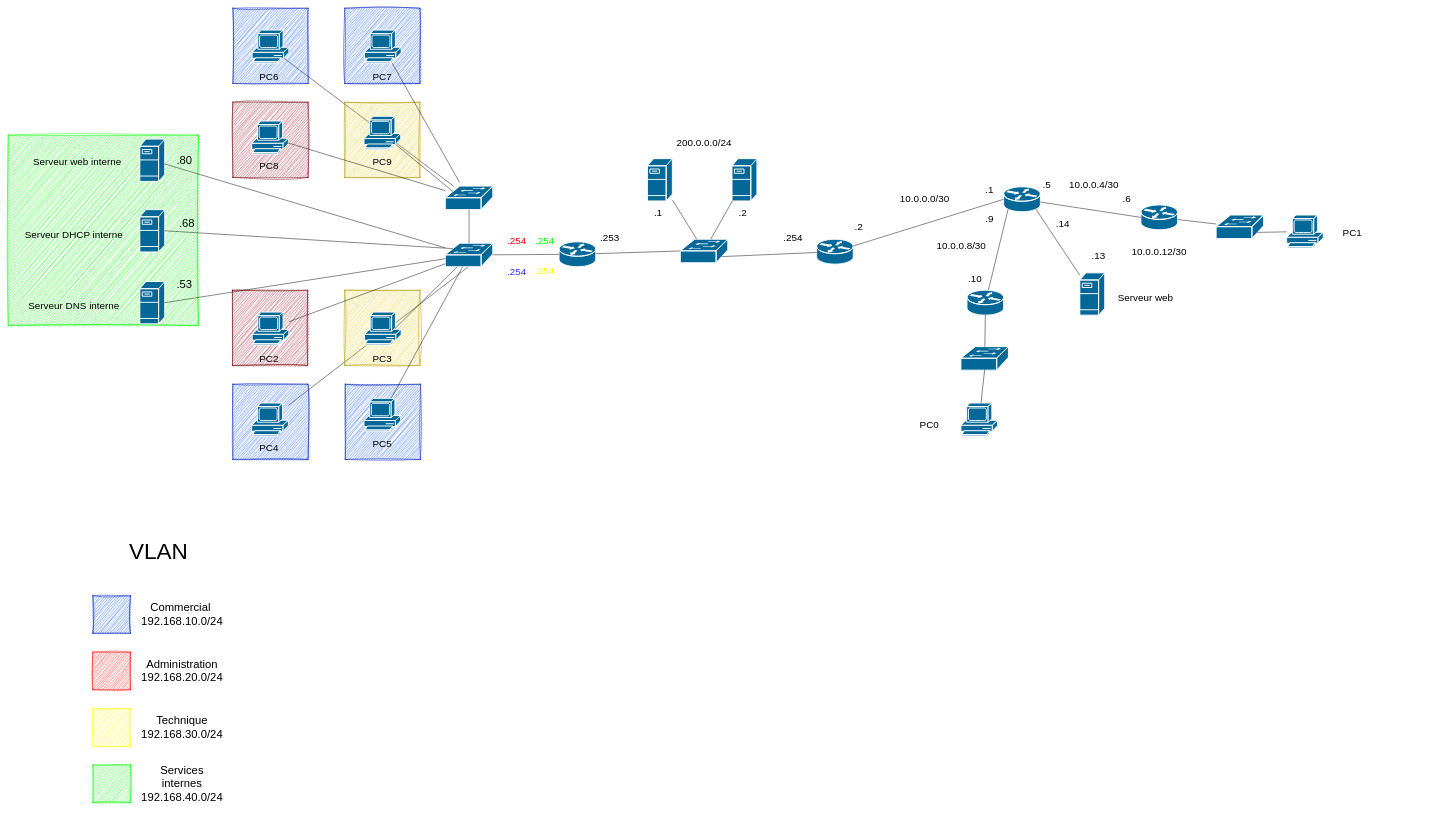
Earlier version of the draw.io diagram schema.drawio (CamilleSchlegel/SAE21). Source tidied: cells renumbered, new cells numbered last; positions are measured from the earlier drawing's top-left corner, leaving out a move shared by most shapes. Both pictures are drawn from the tidied source at 47%, with x=0, y=0 at pixel (8, 8).
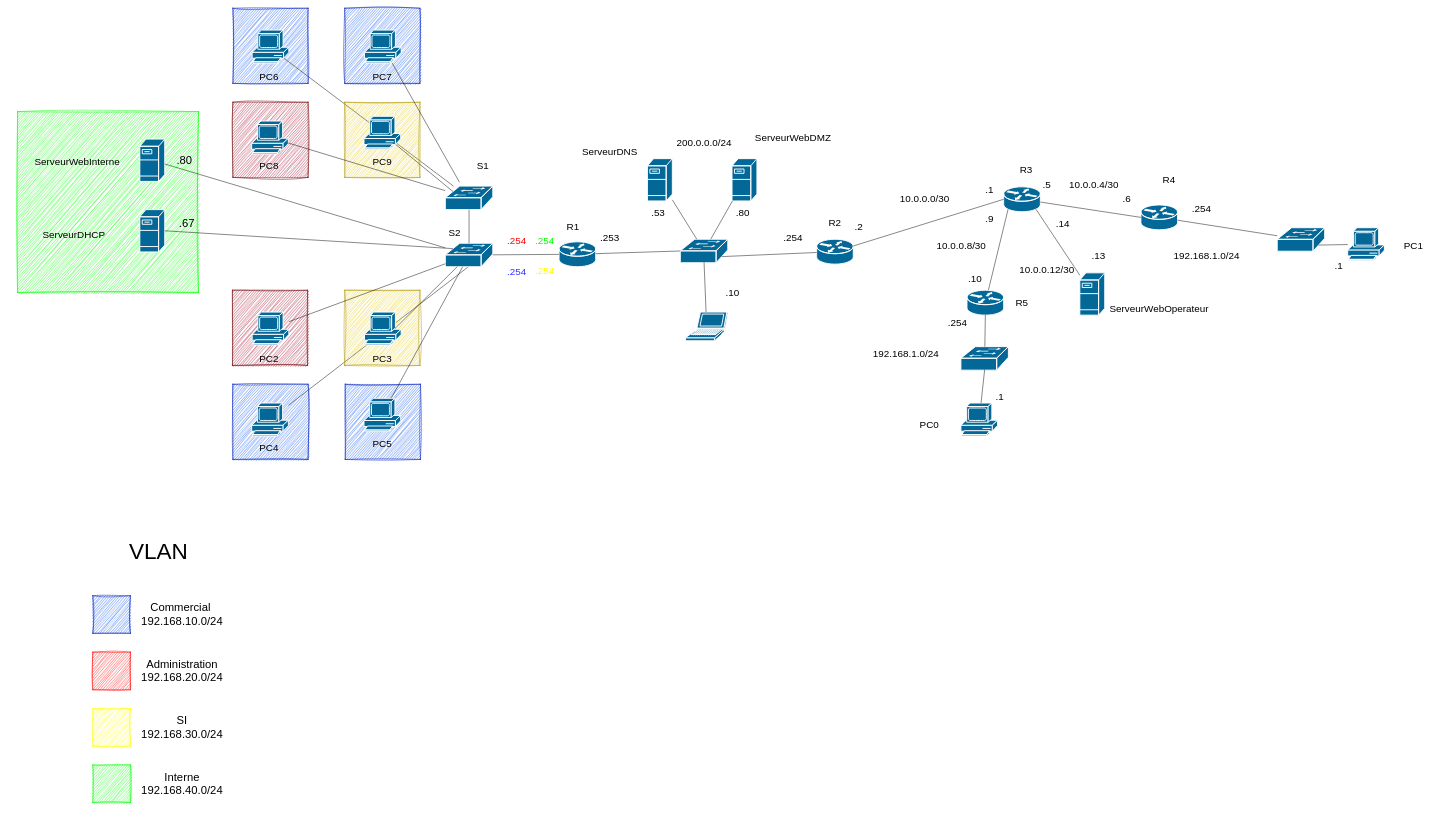
The same diagram, later.

The change refers to these unchanged cells:
```xml
<mxCell id="14" style="shape=mxgraph.cisco.switches.workgroup_switch;sketch=0;html=1;dashed=0;fillColor=#036897;strokeColor=#ffffff;strokeWidth=2;verticalLabelPosition=bottom;verticalAlign=top;align=center;outlineConnect=0;" parent="1" vertex="1">
  <mxGeometry x="1430" y="491.5" width="101" height="50" as="geometry" />
</mxCell>
<mxCell id="17" style="shape=mxgraph.cisco.switches.workgroup_switch;sketch=0;html=1;dashed=0;fillColor=#036897;strokeColor=#ffffff;strokeWidth=2;verticalLabelPosition=bottom;verticalAlign=top;align=center;outlineConnect=0;" parent="1" vertex="1">
  <mxGeometry x="930" y="500" width="101" height="50" as="geometry" />
</mxCell>
```

Change to the diagram source:
```diff
@@
     <mxCell id="2" style="whiteSpace=wrap;html=1;fillColor=#00FF00;strokeColor=#00FF00;rounded=0;glass=0;sketch=1;curveFitting=1;jiggle=2;fontColor=#ffffff;" parent="1" vertex="1">
-      <mxGeometry y="270" width="405" height="405" as="geometry" />
+      <mxGeometry x="20" y="220" width="385" height="385" as="geometry" />
     </mxCell>
@@
     <mxCell id="25" style="shape=mxgraph.cisco.switches.workgroup_switch;sketch=0;html=1;dashed=0;fillColor=#036897;strokeColor=#ffffff;strokeWidth=2;verticalLabelPosition=bottom;verticalAlign=top;align=center;outlineConnect=0;" parent="1" vertex="1">
-      <mxGeometry x="2570" y="440" width="101" height="50" as="geometry" />
+      <mxGeometry x="2700" y="467" width="101" height="50" as="geometry" />
     </mxCell>
@@
     <mxCell id="39" style="shape=mxgraph.cisco.computers_and_peripherals.pc;html=1;dashed=0;fillColor=#036897;strokeColor=#ffffff;strokeWidth=2;verticalLabelPosition=bottom;verticalAlign=top;align=center;outlineConnect=0;" parent="1" vertex="1">
-      <mxGeometry x="2720" y="440" width="78" height="70" as="geometry" />
+      <mxGeometry x="2850" y="467" width="78" height="70" as="geometry" />
     </mxCell>
@@
-    <mxCell id="56" value="&lt;font style=&quot;font-size: 21px;&quot;&gt;.1&lt;/font&gt;" style="text;html=1;strokeColor=none;fillColor=none;align=center;verticalAlign=middle;whiteSpace=wrap;rounded=0;" parent="1" vertex="1">
+    <mxCell id="56" value="&lt;font style=&quot;font-size: 21px;&quot;&gt;.53&lt;/font&gt;" style="text;html=1;strokeColor=none;fillColor=none;align=center;verticalAlign=middle;whiteSpace=wrap;rounded=0;" parent="1" vertex="1">
       <mxGeometry x="1353" y="418.5" width="60" height="30" as="geometry" />
     </mxCell>
-    <mxCell id="57" value="&lt;font style=&quot;font-size: 21px;&quot;&gt;.2&lt;/font&gt;" style="text;html=1;strokeColor=none;fillColor=none;align=center;verticalAlign=middle;whiteSpace=wrap;rounded=0;" parent="1" vertex="1">
+    <mxCell id="57" value="&lt;font style=&quot;font-size: 21px;&quot;&gt;.80&lt;/font&gt;" style="text;html=1;strokeColor=none;fillColor=none;align=center;verticalAlign=middle;whiteSpace=wrap;rounded=0;" parent="1" vertex="1">
       <mxGeometry x="1533" y="418.5" width="60" height="30" as="geometry" />
     </mxCell>
@@
     <mxCell id="59" value="&lt;font style=&quot;font-size: 21px;&quot;&gt;PC1&lt;/font&gt;" style="text;html=1;strokeColor=none;fillColor=none;align=center;verticalAlign=middle;whiteSpace=wrap;rounded=0;" parent="1" vertex="1">
-      <mxGeometry x="2830" y="463" width="60" height="30" as="geometry" />
+      <mxGeometry x="2960" y="490" width="60" height="30" as="geometry" />
     </mxCell>
@@
-    <mxCell id="64" value="&lt;font style=&quot;font-size: 21px;&quot;&gt;Serveur web interne&lt;br&gt;&lt;/font&gt;" style="text;html=1;strokeColor=none;fillColor=none;align=center;verticalAlign=middle;whiteSpace=wrap;rounded=0;" parent="1" vertex="1">
+    <mxCell id="64" value="&lt;font style=&quot;font-size: 21px;&quot;&gt;ServeurWebInterne&lt;br&gt;&lt;/font&gt;" style="text;html=1;strokeColor=none;fillColor=none;align=center;verticalAlign=middle;whiteSpace=wrap;rounded=0;" parent="1" vertex="1">
       <mxGeometry x="27" y="310" width="240" height="30" as="geometry" />
     </mxCell>
@@
-    <mxCell id="70" value="&lt;font style=&quot;font-size: 21px;&quot;&gt;Serveur web &lt;br&gt;&lt;/font&gt;" style="text;html=1;strokeColor=none;fillColor=none;align=center;verticalAlign=middle;whiteSpace=wrap;rounded=0;" parent="1" vertex="1">
-      <mxGeometry x="2300" y="600" width="240" height="30" as="geometry" />
+    <mxCell id="70" value="&lt;font style=&quot;font-size: 21px;&quot;&gt;ServeurWebOperateur&lt;br&gt;&lt;/font&gt;" style="text;html=1;strokeColor=none;fillColor=none;align=center;verticalAlign=middle;whiteSpace=wrap;rounded=0;" parent="1" vertex="1">
+      <mxGeometry x="2329" y="623" width="240" height="30" as="geometry" />
     </mxCell>
@@
-    <mxCell id="94" value="&lt;font style=&quot;font-size: 24px;&quot;&gt;Technique&lt;br&gt;192.168.30.0/24&lt;/font&gt;" style="text;html=1;strokeColor=none;fillColor=none;align=center;verticalAlign=middle;whiteSpace=wrap;rounded=0;" parent="1" vertex="1">
+    <mxCell id="94" value="&lt;font style=&quot;font-size: 24px;&quot;&gt;SI&lt;br&gt;192.168.30.0/24&lt;/font&gt;" style="text;html=1;strokeColor=none;fillColor=none;align=center;verticalAlign=middle;whiteSpace=wrap;rounded=0;" parent="1" vertex="1">
       <mxGeometry x="340" y="1515" width="60" height="30" as="geometry" />
     </mxCell>
@@
-    <mxCell id="96" value="&lt;font style=&quot;font-size: 24px;&quot;&gt;Services internes&lt;br&gt;192.168.40.0/24&lt;/font&gt;" style="text;html=1;strokeColor=none;fillColor=none;align=center;verticalAlign=middle;whiteSpace=wrap;rounded=0;" parent="1" vertex="1">
+    <mxCell id="96" value="&lt;font style=&quot;font-size: 24px;&quot;&gt;Interne&lt;br&gt;192.168.40.0/24&lt;/font&gt;" style="text;html=1;strokeColor=none;fillColor=none;align=center;verticalAlign=middle;whiteSpace=wrap;rounded=0;" parent="1" vertex="1">
       <mxGeometry x="340" y="1635" width="60" height="30" as="geometry" />
     </mxCell>
@@
-    <mxCell id="98" style="shape=mxgraph.cisco.servers.fileserver;sketch=0;html=1;dashed=0;fillColor=#036897;strokeColor=#ffffff;strokeWidth=2;verticalLabelPosition=bottom;verticalAlign=top;align=center;outlineConnect=0;" parent="1" vertex="1">
-      <mxGeometry x="280" y="581.5" width="53" height="90" as="geometry" />
-    </mxCell>
-    <mxCell id="99" value="&lt;font style=&quot;font-size: 21px;&quot;&gt;Serveur DHCP interne&lt;br&gt;&lt;/font&gt;" style="text;html=1;strokeColor=none;fillColor=none;align=center;verticalAlign=middle;whiteSpace=wrap;rounded=0;" parent="1" vertex="1">
+    <mxCell id="99" value="&lt;font style=&quot;font-size: 21px;&quot;&gt;ServeurDHCP&lt;br&gt;&lt;/font&gt;" style="text;html=1;strokeColor=none;fillColor=none;align=center;verticalAlign=middle;whiteSpace=wrap;rounded=0;" parent="1" vertex="1">
       <mxGeometry x="20" y="467" width="240" height="30" as="geometry" />
     </mxCell>
-    <mxCell id="100" style="endArrow=none;html=1;fontSize=48;exitX=1;exitY=0.5;exitDx=0;exitDy=0;exitPerimeter=0;" parent="1" edge="1" source="98" target="17">
-      <mxGeometry relative="1" as="geometry" />
-    </mxCell>
@@
-    <mxCell id="103" value="&lt;font style=&quot;font-size: 21px;&quot;&gt;Serveur DNS interne&lt;br&gt;&lt;/font&gt;" style="text;html=1;strokeColor=none;fillColor=none;align=center;verticalAlign=middle;whiteSpace=wrap;rounded=0;" parent="1" vertex="1">
-      <mxGeometry x="20" y="616.5" width="240" height="30" as="geometry" />
-    </mxCell>
@@
-    <mxCell id="105" value="&lt;font style=&quot;font-size: 24px;&quot;&gt;.53&lt;/font&gt;" style="text;html=1;strokeColor=none;fillColor=none;align=center;verticalAlign=middle;whiteSpace=wrap;rounded=0;fontSize=48;" parent="1" vertex="1">
-      <mxGeometry x="345" y="563" width="60" height="30" as="geometry" />
-    </mxCell>
-    <mxCell id="106" value="&lt;font style=&quot;font-size: 24px;&quot;&gt;.68&lt;/font&gt;" style="text;html=1;strokeColor=none;fillColor=none;align=center;verticalAlign=middle;whiteSpace=wrap;rounded=0;fontSize=48;" parent="1" vertex="1">
+    <mxCell id="106" value="&lt;font style=&quot;font-size: 24px;&quot;&gt;.67&lt;/font&gt;" style="text;html=1;strokeColor=none;fillColor=none;align=center;verticalAlign=middle;whiteSpace=wrap;rounded=0;fontSize=48;" parent="1" vertex="1">
       <mxGeometry x="350" y="433" width="60" height="30" as="geometry" />
     </mxCell>
     <mxCell id="107" value="&lt;font style=&quot;font-size: 21px;&quot;&gt;10.0.0.12/30&lt;/font&gt;" style="text;html=1;strokeColor=none;fillColor=none;align=center;verticalAlign=middle;whiteSpace=wrap;rounded=0;" parent="1" vertex="1">
-      <mxGeometry x="2419" y="503" width="60" height="30" as="geometry" />
+      <mxGeometry x="2180" y="540" width="60" height="30" as="geometry" />
     </mxCell>
@@
+    <mxCell id="110" style="shape=mxgraph.cisco.computers_and_peripherals.laptop;sketch=0;html=1;dashed=0;fillColor=#036897;strokeColor=#ffffff;strokeWidth=2;verticalLabelPosition=bottom;verticalAlign=top;align=center;outlineConnect=0;" parent="1" vertex="1">
+      <mxGeometry x="1441" y="646.5" width="90" height="61" as="geometry" />
+    </mxCell>
+    <mxCell id="111" style="endArrow=none;html=1;rounded=0;entryX=0.5;entryY=0.98;entryDx=0;entryDy=0;entryPerimeter=0;" parent="1" edge="1" source="110" target="14">
+      <mxGeometry relative="1" as="geometry" />
+    </mxCell>
+    <mxCell id="112" value="&lt;font style=&quot;font-size: 21px;&quot;&gt;.10&lt;/font&gt;" style="text;html=1;strokeColor=none;fillColor=none;align=center;verticalAlign=middle;whiteSpace=wrap;rounded=0;" parent="1" vertex="1">
+      <mxGeometry x="1510.5" y="590" width="60" height="30" as="geometry" />
+    </mxCell>
+    <mxCell id="113" value="&lt;span style=&quot;font-size: 21px;&quot;&gt;ServeurDNS&lt;/span&gt;" style="text;html=1;strokeColor=none;fillColor=none;align=center;verticalAlign=middle;whiteSpace=wrap;rounded=0;" parent="1" vertex="1">
+      <mxGeometry x="1250" y="290" width="60" height="30" as="geometry" />
+    </mxCell>
+    <mxCell id="114" value="&lt;span style=&quot;font-size: 21px;&quot;&gt;ServeurWebDMZ&lt;/span&gt;" style="text;html=1;strokeColor=none;fillColor=none;align=center;verticalAlign=middle;whiteSpace=wrap;rounded=0;" parent="1" vertex="1">
+      <mxGeometry x="1640" y="260" width="60" height="30" as="geometry" />
+    </mxCell>
+    <mxCell id="115" value="&lt;font style=&quot;font-size: 21px;&quot;&gt;.1&lt;/font&gt;" style="text;html=1;strokeColor=none;fillColor=none;align=center;verticalAlign=middle;whiteSpace=wrap;rounded=0;" parent="1" vertex="1">
+      <mxGeometry x="2801" y="533" width="60" height="30" as="geometry" />
+    </mxCell>
+    <mxCell id="116" value="&lt;font style=&quot;font-size: 21px;&quot;&gt;192.168.1.0/24&lt;/font&gt;" style="text;html=1;strokeColor=none;fillColor=none;align=center;verticalAlign=middle;whiteSpace=wrap;rounded=0;" parent="1" vertex="1">
+      <mxGeometry x="2520" y="511.5" width="60" height="30" as="geometry" />
+    </mxCell>
+    <mxCell id="117" value="&lt;font style=&quot;font-size: 21px;&quot;&gt;.254&lt;/font&gt;" style="text;html=1;strokeColor=none;fillColor=none;align=center;verticalAlign=middle;whiteSpace=wrap;rounded=0;" parent="1" vertex="1">
+      <mxGeometry x="2509" y="410" width="60" height="30" as="geometry" />
+    </mxCell>
+    <mxCell id="118" value="&lt;font style=&quot;font-size: 21px;&quot;&gt;192.168.1.0/24&lt;/font&gt;" style="text;html=1;strokeColor=none;fillColor=none;align=center;verticalAlign=middle;whiteSpace=wrap;rounded=0;" parent="1" vertex="1">
+      <mxGeometry x="1880" y="720" width="60" height="30" as="geometry" />
+    </mxCell>
+    <mxCell id="119" value="&lt;font style=&quot;font-size: 21px;&quot;&gt;.254&lt;/font&gt;" style="text;html=1;strokeColor=none;fillColor=none;align=center;verticalAlign=middle;whiteSpace=wrap;rounded=0;" parent="1" vertex="1">
+      <mxGeometry x="1990" y="653" width="60" height="30" as="geometry" />
+    </mxCell>
+    <mxCell id="120" value="&lt;font style=&quot;font-size: 21px;&quot;&gt;.1&lt;/font&gt;" style="text;html=1;strokeColor=none;fillColor=none;align=center;verticalAlign=middle;whiteSpace=wrap;rounded=0;" parent="1" vertex="1">
+      <mxGeometry x="2080" y="810" width="60" height="30" as="geometry" />
+    </mxCell>
+    <mxCell id="121" value="&lt;span style=&quot;font-size: 21px;&quot;&gt;S1&lt;/span&gt;" style="text;html=1;strokeColor=none;fillColor=none;align=center;verticalAlign=middle;whiteSpace=wrap;rounded=0;" parent="1" vertex="1">
+      <mxGeometry x="980" y="320" width="60" height="30" as="geometry" />
+    </mxCell>
+    <mxCell id="122" value="&lt;span style=&quot;font-size: 21px;&quot;&gt;S2&lt;/span&gt;" style="text;html=1;strokeColor=none;fillColor=none;align=center;verticalAlign=middle;whiteSpace=wrap;rounded=0;" parent="1" vertex="1">
+      <mxGeometry x="920" y="463" width="60" height="30" as="geometry" />
+    </mxCell>
+    <mxCell id="123" value="&lt;span style=&quot;font-size: 21px;&quot;&gt;R1&lt;/span&gt;" style="text;html=1;strokeColor=none;fillColor=none;align=center;verticalAlign=middle;whiteSpace=wrap;rounded=0;" parent="1" vertex="1">
+      <mxGeometry x="1172" y="450" width="60" height="30" as="geometry" />
+    </mxCell>
+    <mxCell id="124" value="&lt;span style=&quot;font-size: 21px;&quot;&gt;R2&lt;/span&gt;" style="text;html=1;strokeColor=none;fillColor=none;align=center;verticalAlign=middle;whiteSpace=wrap;rounded=0;" parent="1" vertex="1">
+      <mxGeometry x="1729" y="440" width="60" height="30" as="geometry" />
+    </mxCell>
+    <mxCell id="125" value="&lt;span style=&quot;font-size: 21px;&quot;&gt;R3&lt;/span&gt;" style="text;html=1;strokeColor=none;fillColor=none;align=center;verticalAlign=middle;whiteSpace=wrap;rounded=0;" parent="1" vertex="1">
+      <mxGeometry x="2136" y="328.5" width="60" height="30" as="geometry" />
+    </mxCell>
+    <mxCell id="126" value="&lt;span style=&quot;font-size: 21px;&quot;&gt;R4&lt;/span&gt;" style="text;html=1;strokeColor=none;fillColor=none;align=center;verticalAlign=middle;whiteSpace=wrap;rounded=0;" parent="1" vertex="1">
+      <mxGeometry x="2440" y="350" width="60" height="30" as="geometry" />
+    </mxCell>
+    <mxCell id="127" value="&lt;span style=&quot;font-size: 21px;&quot;&gt;R5&lt;/span&gt;" style="text;html=1;strokeColor=none;fillColor=none;align=center;verticalAlign=middle;whiteSpace=wrap;rounded=0;" parent="1" vertex="1">
+      <mxGeometry x="2127" y="611.5" width="60" height="30" as="geometry" />
+    </mxCell>
```
